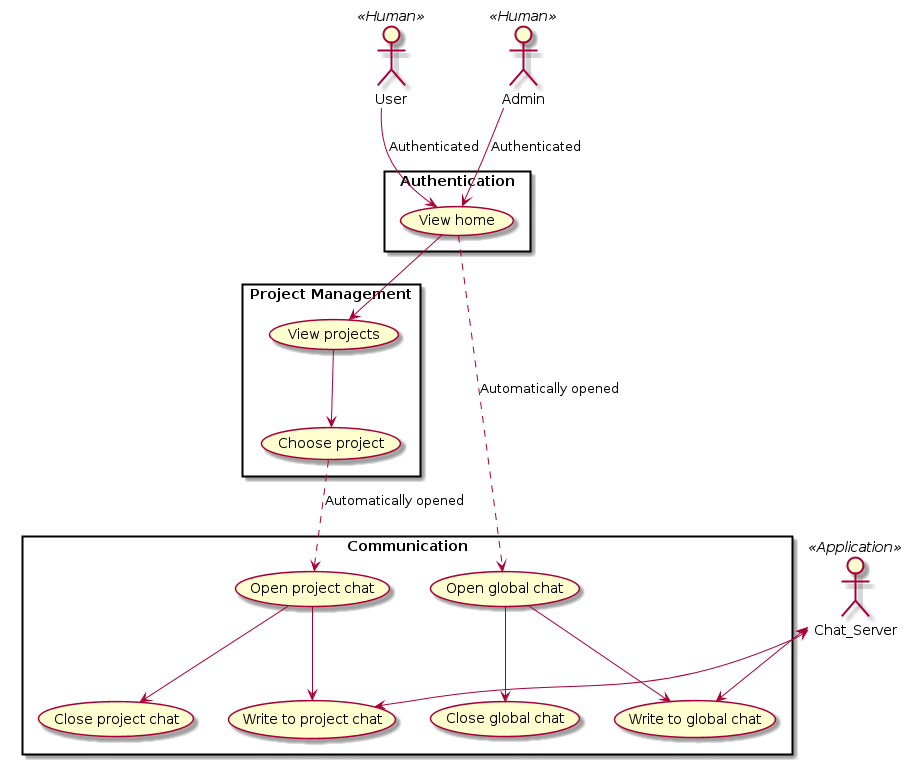
The PlantUML diagram doc/SSRS/images/UseCaseDiagrams/Communication.png in cs383-4/sQuire, before a commit.
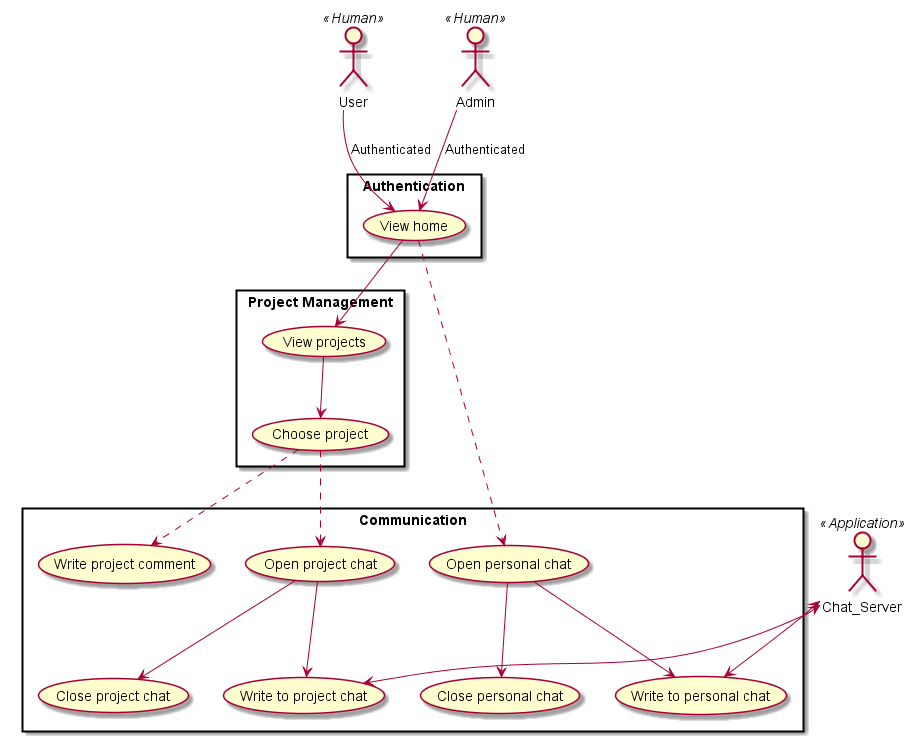
Later version of the same file.

Commit message:
Added Sequence Diagrams and updated use case diagram

The edit, as a diff of the source:
```diff
@@ -15,14 +15,15 @@
 }
 
 rectangle "Communication" {
-    (Choose project) ..> (Open project chat) : Automatically opened
+    (Choose project) ..> (Write project comment)
+    (Choose project) ..> (Open project chat)
         (Open project chat) --> (Write to project chat)
         (Open project chat) --> (Close project chat)
-    (View home) ..> (Open global chat) : Automatically opened
-        (Open global chat) --> (Write to global chat)
-        (Open global chat) --> (Close global chat)
+    (View home) ..> (Open personal chat)
+        (Open personal chat) --> (Write to personal chat)
+        (Open personal chat) --> (Close personal chat)
 }
 
-Chat_Server <--> (Write to global chat)
+Chat_Server <--> (Write to personal chat)
 Chat_Server <--> (Write to project chat)
 @enduml
```
